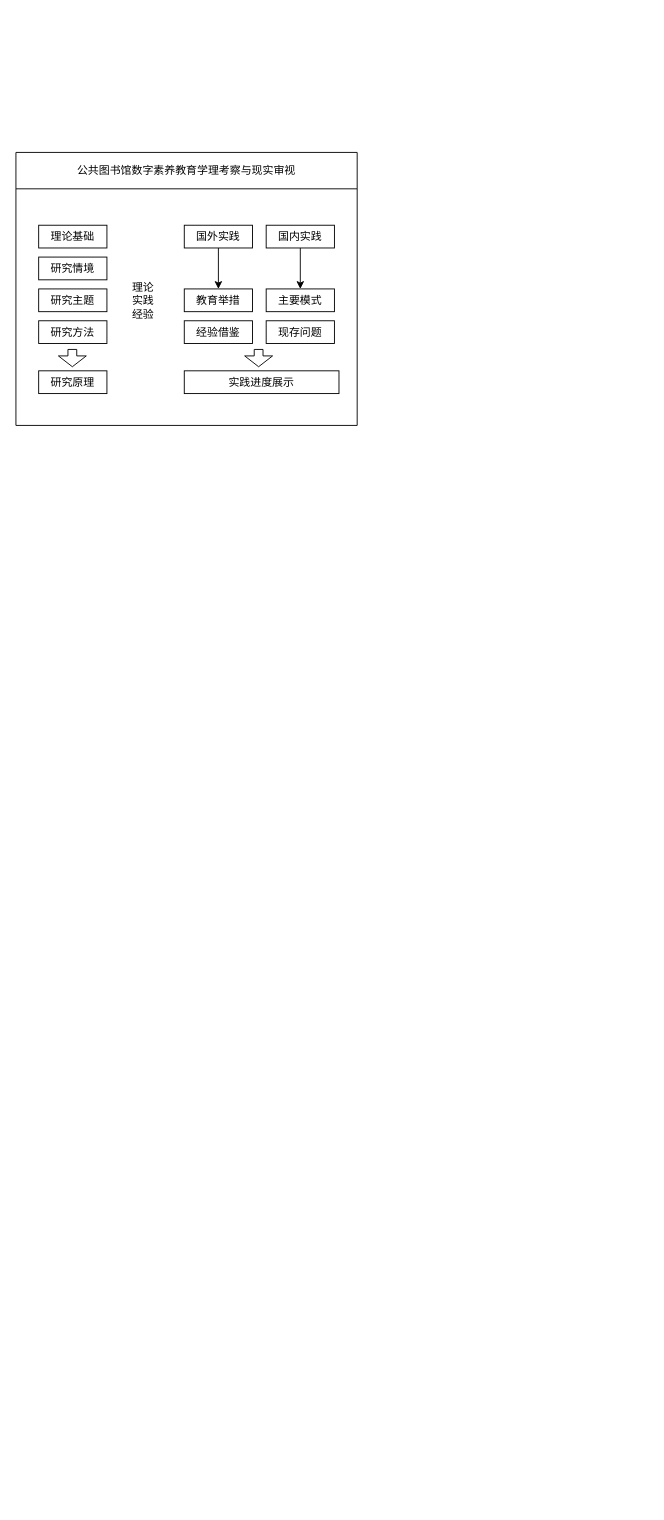
The draw.io diagram 未命名绘图.drawio in zbassmt/drawio, before the edit. Source tidied: cells renumbered, new cells numbered last; positions are measured from the earlier drawing's top-left corner, leaving out a move shared by most shapes. Both pictures are drawn from the tidied source at 91%, with x=0, y=0 at pixel (15, 152).
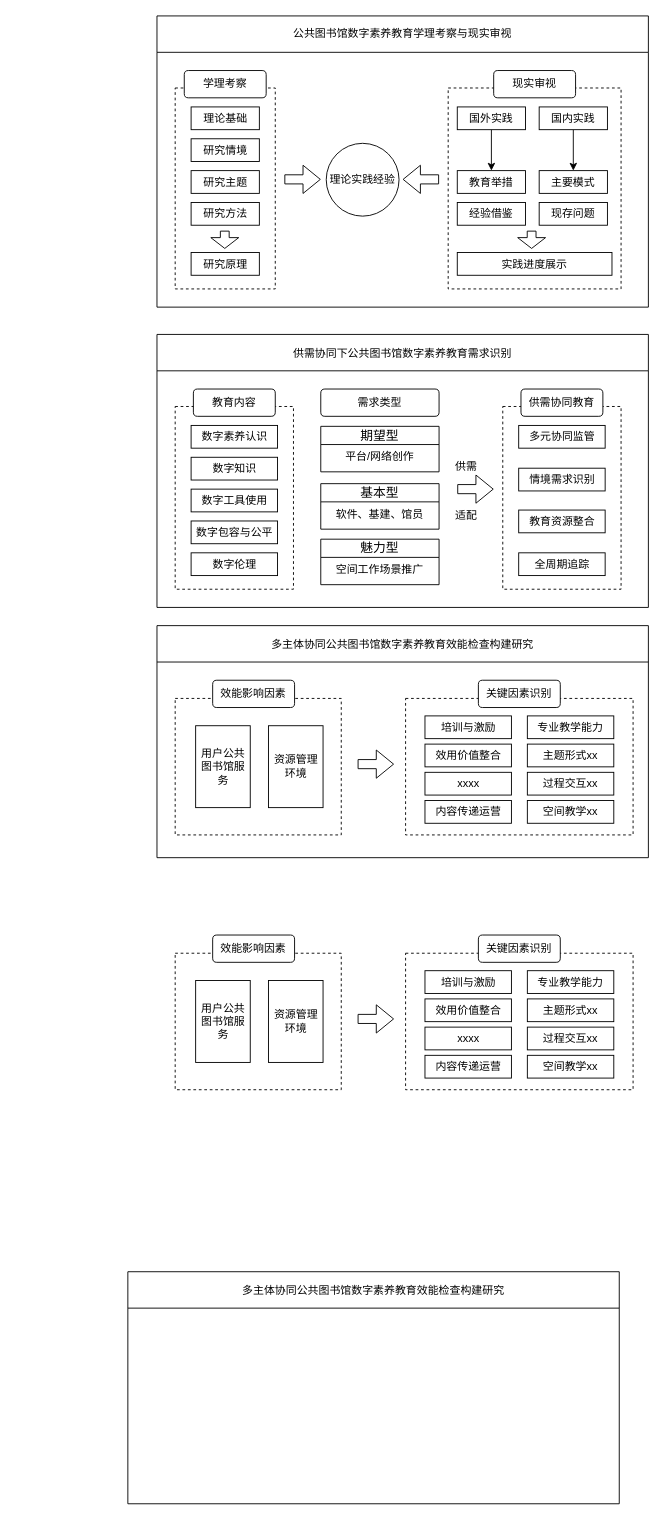
The same page after the edit.

Commit message (it also covers changes not shown here):
更新未命名绘图.drawio

The edit, as a diff of the source:
```diff
@@
+    <mxCell id="20" style="group;" parent="1" vertex="1">
+      <mxGeometry x="155" y="-150" width="540" height="320" as="geometry" />
+    </mxCell>
-    <mxCell id="2" value="公共图书馆数字素养教育学理考察与现实审视" style="swimlane;fontStyle=0;horizontal=1;startSize=40;whiteSpace=wrap;html=1;" parent="1" vertex="1">
-      <mxGeometry width="375" height="300" as="geometry" />
+    <mxCell id="2" value="公共图书馆数字素养教育学理考察与现实审视" style="swimlane;fontStyle=0;horizontal=1;startSize=40;whiteSpace=wrap;html=1;" parent="20" vertex="1">
+      <mxGeometry width="540" height="320" as="geometry" />
     </mxCell>
-    <mxCell id="3" value="研究情境" style="rounded=0;whiteSpace=wrap;html=1;" parent="1" vertex="1">
-      <mxGeometry x="25" y="115" width="75" height="25" as="geometry" />
-    </mxCell>
-    <mxCell id="4" value="研究主题" style="rounded=0;whiteSpace=wrap;html=1;" parent="1" vertex="1">
-      <mxGeometry x="25" y="150" width="75" height="25" as="geometry" />
-    </mxCell>
-    <mxCell id="5" value="研究方法" style="rounded=0;whiteSpace=wrap;html=1;" parent="1" vertex="1">
-      <mxGeometry x="25" y="185" width="75" height="25" as="geometry" />
-    </mxCell>
-    <mxCell id="6" value="研究原理" style="rounded=0;whiteSpace=wrap;html=1;" parent="1" vertex="1">
-      <mxGeometry x="25" y="240" width="75" height="25" as="geometry" />
-    </mxCell>
+    <mxCell id="21" style="group;" parent="20" vertex="1">
+      <mxGeometry x="310" y="60" width="210" height="240" as="geometry" />
+    </mxCell>
+    <mxCell id="22" style="group;" parent="21" vertex="1">
+      <mxGeometry width="210" height="240" as="geometry" />
+    </mxCell>
+    <mxCell id="23" style="group;" parent="22" vertex="1">
+      <mxGeometry x="10" width="190" height="240" as="geometry" />
+    </mxCell>
+    <mxCell id="24" style="rounded=0;whiteSpace=wrap;html=1;dashed=1;fillColor=none;" parent="23" vertex="1">
+      <mxGeometry y="19.2" width="190" height="220.8" as="geometry" />
+    </mxCell>
+    <mxCell id="25" value="现实审视" style="rounded=1;whiteSpace=wrap;html=1;" parent="23" vertex="1">
+      <mxGeometry x="50" width="90" height="30" as="geometry" />
+    </mxCell>
+    <mxCell id="26" style="group;" parent="21" vertex="1">
+      <mxGeometry x="20" y="40" width="170" height="185" as="geometry" />
+    </mxCell>
-    <mxCell id="7" style="edgeStyle=orthogonalEdgeStyle;rounded=0;jettySize=auto;html=1;entryX=0.5;entryY=0;entryDx=0;entryDy=0;" parent="1" edge="1" source="8" target="9">
+    <mxCell id="7" style="edgeStyle=orthogonalEdgeStyle;rounded=0;jettySize=auto;html=1;entryX=0.5;entryY=0;entryDx=0;entryDy=0;" parent="26" edge="1" source="8" target="9">
       <mxGeometry relative="1" as="geometry" />
     </mxCell>
-    <mxCell id="8" value="国外实践" style="rounded=0;whiteSpace=wrap;html=1;" parent="1" vertex="1">
-      <mxGeometry x="185" y="80" width="75" height="25" as="geometry" />
+    <mxCell id="8" value="国外实践" style="rounded=0;whiteSpace=wrap;html=1;" parent="26" vertex="1">
+      <mxGeometry width="75" height="25" as="geometry" />
     </mxCell>
-    <mxCell id="9" value="教育举措" style="rounded=0;whiteSpace=wrap;html=1;" parent="1" vertex="1">
-      <mxGeometry x="185" y="150" width="75" height="25" as="geometry" />
+    <mxCell id="9" value="教育举措" style="rounded=0;whiteSpace=wrap;html=1;" parent="26" vertex="1">
+      <mxGeometry y="70" width="75" height="25" as="geometry" />
     </mxCell>
-    <mxCell id="10" value="经验借鉴" style="rounded=0;whiteSpace=wrap;html=1;" parent="1" vertex="1">
-      <mxGeometry x="185" y="185" width="75" height="25" as="geometry" />
+    <mxCell id="10" value="经验借鉴" style="rounded=0;whiteSpace=wrap;html=1;" parent="26" vertex="1">
+      <mxGeometry y="105" width="75" height="25" as="geometry" />
     </mxCell>
-    <mxCell id="11" value="实践进度展示" style="rounded=0;whiteSpace=wrap;html=1;" parent="1" vertex="1">
-      <mxGeometry x="185" y="240" width="170" height="25" as="geometry" />
+    <mxCell id="11" value="实践进度展示" style="rounded=0;whiteSpace=wrap;html=1;" parent="26" vertex="1">
+      <mxGeometry y="160" width="170" height="25" as="geometry" />
     </mxCell>
-    <mxCell id="12" style="edgeStyle=orthogonalEdgeStyle;rounded=0;jettySize=auto;html=1;entryX=0.5;entryY=0;entryDx=0;entryDy=0;" parent="1" edge="1" source="13" target="14">
+    <mxCell id="12" style="edgeStyle=orthogonalEdgeStyle;rounded=0;jettySize=auto;html=1;entryX=0.5;entryY=0;entryDx=0;entryDy=0;" parent="26" edge="1" source="13" target="14">
       <mxGeometry relative="1" as="geometry" />
     </mxCell>
-    <mxCell id="13" value="国内实践" style="rounded=0;whiteSpace=wrap;html=1;" parent="1" vertex="1">
-      <mxGeometry x="275" y="80" width="75" height="25" as="geometry" />
+    <mxCell id="13" value="国内实践" style="rounded=0;whiteSpace=wrap;html=1;" parent="26" vertex="1">
+      <mxGeometry x="90" width="75" height="25" as="geometry" />
     </mxCell>
-    <mxCell id="14" value="主要模式" style="rounded=0;whiteSpace=wrap;html=1;" parent="1" vertex="1">
-      <mxGeometry x="275" y="150" width="75" height="25" as="geometry" />
+    <mxCell id="14" value="主要模式" style="rounded=0;whiteSpace=wrap;html=1;" parent="26" vertex="1">
+      <mxGeometry x="90" y="70" width="75" height="25" as="geometry" />
     </mxCell>
-    <mxCell id="15" value="现存问题" style="rounded=0;whiteSpace=wrap;html=1;" parent="1" vertex="1">
-      <mxGeometry x="275" y="185" width="75" height="25" as="geometry" />
+    <mxCell id="15" value="现存问题" style="rounded=0;whiteSpace=wrap;html=1;" parent="26" vertex="1">
+      <mxGeometry x="90" y="105" width="75" height="25" as="geometry" />
     </mxCell>
-    <mxCell id="16" value="理论&lt;br&gt;实践&lt;br&gt;经验" style="text;html=1;whiteSpace=wrap;strokeColor=none;fillColor=none;align=center;verticalAlign=middle;rounded=0;" parent="1" vertex="1">
-      <mxGeometry x="110" y="127.5" width="60" height="70" as="geometry" />
-    </mxCell>
+    <mxCell id="19" style="shape=flexArrow;endArrow=classic;html=1;rounded=0;width=9.666666666666666;endSize=3.6300000000000003;" parent="26" edge="1">
+      <mxGeometry relative="1" as="geometry">
+        <mxPoint x="81.7" y="136" as="sourcePoint" />
+        <mxPoint x="81.7" y="156" as="targetPoint" />
+      </mxGeometry>
+    </mxCell>
+    <mxCell id="27" style="group;" parent="20" vertex="1">
+      <mxGeometry x="20" y="60" width="110" height="240" as="geometry" />
+    </mxCell>
+    <mxCell id="28" style="group;" parent="27" vertex="1">
+      <mxGeometry width="110" height="240" as="geometry" />
+    </mxCell>
+    <mxCell id="29" style="rounded=0;whiteSpace=wrap;html=1;dashed=1;fillColor=none;" parent="28" vertex="1">
+      <mxGeometry y="19.2" width="110" height="220.8" as="geometry" />
+    </mxCell>
+    <mxCell id="30" value="学理考察" style="rounded=1;whiteSpace=wrap;html=1;" parent="28" vertex="1">
+      <mxGeometry x="10" width="90" height="30" as="geometry" />
+    </mxCell>
+    <mxCell id="31" style="group;" parent="27" vertex="1">
+      <mxGeometry x="17.5" y="40" width="75" height="185" as="geometry" />
+    </mxCell>
+    <mxCell id="3" value="研究情境" style="rounded=0;whiteSpace=wrap;html=1;" parent="31" vertex="1">
+      <mxGeometry y="35" width="75" height="25" as="geometry" />
+    </mxCell>
+    <mxCell id="4" value="研究主题" style="rounded=0;whiteSpace=wrap;html=1;" parent="31" vertex="1">
+      <mxGeometry y="70" width="75" height="25" as="geometry" />
+    </mxCell>
+    <mxCell id="5" value="研究方法" style="rounded=0;whiteSpace=wrap;html=1;" parent="31" vertex="1">
+      <mxGeometry y="105" width="75" height="25" as="geometry" />
+    </mxCell>
+    <mxCell id="6" value="研究原理" style="rounded=0;whiteSpace=wrap;html=1;" parent="31" vertex="1">
+      <mxGeometry y="160" width="75" height="25" as="geometry" />
+    </mxCell>
-    <mxCell id="17" value="理论基础" style="rounded=0;whiteSpace=wrap;html=1;" parent="1" vertex="1">
-      <mxGeometry x="25" y="80" width="75" height="25" as="geometry" />
+    <mxCell id="17" value="理论基础" style="rounded=0;whiteSpace=wrap;html=1;" parent="31" vertex="1">
+      <mxGeometry width="75" height="25" as="geometry" />
     </mxCell>
-    <mxCell id="18" style="shape=flexArrow;endArrow=classic;html=1;rounded=0;width=9.666666666666666;endSize=3.6300000000000003;" parent="1" edge="1">
+    <mxCell id="18" style="shape=flexArrow;endArrow=classic;html=1;rounded=0;width=9.666666666666666;endSize=3.6300000000000003;" parent="31" edge="1">
       <mxGeometry relative="1" as="geometry">
-        <mxPoint x="62" y="216" as="sourcePoint" />
-        <mxPoint x="62" y="236" as="targetPoint" />
+        <mxPoint x="37" y="136" as="sourcePoint" />
+        <mxPoint x="37" y="156" as="targetPoint" />
       </mxGeometry>
     </mxCell>
-    <mxCell id="19" style="shape=flexArrow;endArrow=classic;html=1;rounded=0;width=9.666666666666666;endSize=3.6300000000000003;" parent="1" edge="1">
-      <mxGeometry relative="1" as="geometry">
-        <mxPoint x="266.7" y="216" as="sourcePoint" />
-        <mxPoint x="266.7" y="236" as="targetPoint" />
-      </mxGeometry>
-    </mxCell>
+    <mxCell id="32" value="理论实践经验" style="ellipse;whiteSpace=wrap;html=1;" parent="20" vertex="1">
+      <mxGeometry x="186" y="140" width="80" height="80" as="geometry" />
+    </mxCell>
+    <mxCell id="33" style="shape=flexArrow;endArrow=classic;html=1;rounded=0;" parent="20" edge="1">
+      <mxGeometry relative="1" as="geometry">
+        <mxPoint x="140" y="179.6" as="sourcePoint" />
+        <mxPoint x="180" y="179.6" as="targetPoint" />
+      </mxGeometry>
+    </mxCell>
+    <mxCell id="34" style="shape=flexArrow;endArrow=classic;html=1;rounded=0;" parent="20" edge="1">
+      <mxGeometry relative="1" as="geometry">
+        <mxPoint x="310" y="179.6" as="sourcePoint" />
+        <mxPoint x="270" y="179.6" as="targetPoint" />
+      </mxGeometry>
+    </mxCell>
+    <mxCell id="35" style="group;" parent="1" vertex="1">
+      <mxGeometry x="155" y="200" width="540" height="300" as="geometry" />
+    </mxCell>
+    <mxCell id="36" value="供需协同下公共图书馆数字素养教育需求识别" style="swimlane;fontStyle=0;horizontal=1;startSize=40;swimlaneFillColor=none;" parent="35" vertex="1">
+      <mxGeometry width="540" height="300" as="geometry" />
+    </mxCell>
+    <mxCell id="37" style="group;flipH=1;legacyAnchorPoints=0;" parent="35" vertex="1">
+      <mxGeometry x="180" y="225" width="130" height="50" as="geometry" />
+    </mxCell>
+    <mxCell id="38" value="魅力型" style="swimlane;horizontal=1;startSize=20;rounded=0;fontSize=14;fontStyle=0;strokeWidth=1;shadow=0;align=center;arcSize=4;whiteSpace=wrap;html=1;" parent="37" vertex="1">
+      <mxGeometry width="130" height="50" as="geometry" />
+    </mxCell>
+    <mxCell id="39" value="空间工作场景推广" style="align=center;strokeColor=none;fillColor=none;spacingLeft=4;spacingRight=4;fontSize=12;verticalAlign=top;html=1;whiteSpace=wrap;" parent="37" vertex="1">
+      <mxGeometry y="20" width="130" height="30" as="geometry" />
+    </mxCell>
+    <mxCell id="40" style="group;flipH=1;legacyAnchorPoints=0;" parent="35" vertex="1">
+      <mxGeometry x="180" y="101" width="130" height="50" as="geometry" />
+    </mxCell>
+    <mxCell id="41" value="期望型" style="swimlane;horizontal=1;startSize=20;rounded=0;fontSize=14;fontStyle=0;strokeWidth=1;shadow=0;align=center;arcSize=4;whiteSpace=wrap;html=1;" parent="40" vertex="1">
+      <mxGeometry width="130" height="50" as="geometry" />
+    </mxCell>
+    <mxCell id="42" value="平台/网络创作" style="align=center;strokeColor=none;fillColor=none;spacingLeft=4;spacingRight=4;fontSize=12;verticalAlign=top;html=1;whiteSpace=wrap;" parent="40" vertex="1">
+      <mxGeometry y="20" width="130" height="30" as="geometry" />
+    </mxCell>
+    <mxCell id="43" style="group;flipH=1;legacyAnchorPoints=0;" parent="35" vertex="1">
+      <mxGeometry x="180" y="164" width="130" height="50" as="geometry" />
+    </mxCell>
+    <mxCell id="44" value="基本型" style="swimlane;horizontal=1;startSize=20;rounded=0;fontSize=14;fontStyle=0;strokeWidth=1;shadow=0;align=center;arcSize=4;whiteSpace=wrap;html=1;" parent="43" vertex="1">
+      <mxGeometry width="130" height="50" as="geometry" />
+    </mxCell>
+    <mxCell id="45" value="软件、基建、馆员" style="align=center;strokeColor=none;fillColor=none;spacingLeft=4;spacingRight=4;fontSize=12;verticalAlign=top;html=1;whiteSpace=wrap;" parent="43" vertex="1">
+      <mxGeometry y="20" width="130" height="30" as="geometry" />
+    </mxCell>
+    <mxCell id="46" value="需求类型" style="rounded=1;whiteSpace=wrap;html=1;" parent="35" vertex="1">
+      <mxGeometry x="180" y="60" width="130" height="30" as="geometry" />
+    </mxCell>
+    <mxCell id="47" value="数字知识" style="rounded=0;whiteSpace=wrap;html=1;" parent="35" vertex="1">
+      <mxGeometry x="37.5" y="135" width="95" height="25" as="geometry" />
+    </mxCell>
+    <mxCell id="48" value="数字工具使用" style="rounded=0;whiteSpace=wrap;html=1;" parent="35" vertex="1">
+      <mxGeometry x="37.5" y="170" width="95" height="25" as="geometry" />
+    </mxCell>
+    <mxCell id="49" value="数字包容与公平" style="rounded=0;whiteSpace=wrap;html=1;" parent="35" vertex="1">
+      <mxGeometry x="37.5" y="205" width="95" height="25" as="geometry" />
+    </mxCell>
+    <mxCell id="50" value="数字素养认识" style="rounded=0;whiteSpace=wrap;html=1;" parent="35" vertex="1">
+      <mxGeometry x="37.5" y="100" width="95" height="25" as="geometry" />
+    </mxCell>
+    <mxCell id="51" style="group;" parent="35" vertex="1">
+      <mxGeometry x="20" y="60" width="130" height="220" as="geometry" />
+    </mxCell>
+    <mxCell id="52" style="rounded=0;whiteSpace=wrap;html=1;dashed=1;fillColor=none;" parent="51" vertex="1">
+      <mxGeometry y="19.2" width="130" height="200.8" as="geometry" />
+    </mxCell>
+    <mxCell id="53" value="教育内容" style="rounded=1;whiteSpace=wrap;html=1;" parent="51" vertex="1">
+      <mxGeometry x="20" width="90" height="30" as="geometry" />
+    </mxCell>
+    <mxCell id="54" value="数字伦理" style="rounded=0;whiteSpace=wrap;html=1;" parent="51" vertex="1">
+      <mxGeometry x="17.5" y="180" width="95" height="25" as="geometry" />
+    </mxCell>
+    <mxCell id="55" style="group;" parent="35" vertex="1">
+      <mxGeometry x="380" y="60" width="130" height="220" as="geometry" />
+    </mxCell>
+    <mxCell id="56" style="rounded=0;whiteSpace=wrap;html=1;dashed=1;fillColor=none;" parent="55" vertex="1">
+      <mxGeometry y="19.2" width="130" height="200.8" as="geometry" />
+    </mxCell>
+    <mxCell id="57" value="情境需求识别" style="rounded=0;whiteSpace=wrap;html=1;" parent="55" vertex="1">
+      <mxGeometry x="17.5" y="87" width="95" height="25" as="geometry" />
+    </mxCell>
+    <mxCell id="58" value="教育资源整合" style="rounded=0;whiteSpace=wrap;html=1;" parent="55" vertex="1">
+      <mxGeometry x="17.5" y="133" width="95" height="25" as="geometry" />
+    </mxCell>
+    <mxCell id="59" value="多元协同监管" style="rounded=0;whiteSpace=wrap;html=1;" parent="55" vertex="1">
+      <mxGeometry x="17.5" y="40" width="95" height="25" as="geometry" />
+    </mxCell>
+    <mxCell id="60" value="供需协同教育" style="rounded=1;whiteSpace=wrap;html=1;" parent="55" vertex="1">
+      <mxGeometry x="20" width="90" height="30" as="geometry" />
+    </mxCell>
+    <mxCell id="61" value="全周期追踪" style="rounded=0;whiteSpace=wrap;html=1;" parent="55" vertex="1">
+      <mxGeometry x="17.5" y="180" width="95" height="25" as="geometry" />
+    </mxCell>
+    <mxCell id="62" style="shape=flexArrow;endArrow=classic;html=1;rounded=0;" parent="35" edge="1">
+      <mxGeometry relative="1" as="geometry">
+        <mxPoint x="330" y="170" as="sourcePoint" />
+        <mxPoint x="370" y="170" as="targetPoint" />
+      </mxGeometry>
+    </mxCell>
+    <mxCell id="63" value="供需" style="text;html=1;whiteSpace=wrap;strokeColor=none;fillColor=none;align=center;verticalAlign=middle;rounded=0;" parent="35" vertex="1">
+      <mxGeometry x="310" y="130" width="60" height="30" as="geometry" />
+    </mxCell>
+    <mxCell id="64" value="适配" style="text;html=1;whiteSpace=wrap;strokeColor=none;fillColor=none;align=center;verticalAlign=middle;rounded=0;" parent="35" vertex="1">
+      <mxGeometry x="310" y="184" width="60" height="30" as="geometry" />
+    </mxCell>
+    <mxCell id="65" style="group;" parent="1" vertex="1">
+      <mxGeometry x="155" y="520" width="540" height="255" as="geometry" />
+    </mxCell>
+    <mxCell id="66" style="group;" parent="65" vertex="1">
+      <mxGeometry x="273.2" y="60" width="250" height="170" as="geometry" />
+    </mxCell>
+    <mxCell id="67" style="rounded=0;whiteSpace=wrap;html=1;dashed=1;fillColor=none;" parent="66" vertex="1">
+      <mxGeometry y="20" width="250" height="150" as="geometry" />
+    </mxCell>
+    <mxCell id="68" value="关键因素识别" style="rounded=1;whiteSpace=wrap;html=1;" parent="66" vertex="1">
+      <mxGeometry x="80" width="90" height="30" as="geometry" />
+    </mxCell>
+    <mxCell id="69" style="rounded=0;whiteSpace=wrap;html=1;dashed=1;fillColor=none;" parent="65" vertex="1">
+      <mxGeometry x="20" y="80" width="182.5" height="150" as="geometry" />
+    </mxCell>
+    <mxCell id="70" value="多主体协同公共图书馆数字素养教育效能检查构建研究" style="swimlane;fontStyle=0;horizontal=1;startSize=40;swimlaneFillColor=none;" parent="65" vertex="1">
+      <mxGeometry width="540" height="255" as="geometry" />
+    </mxCell>
+    <mxCell id="71" value="用户公共图书馆服务" style="rounded=0;whiteSpace=wrap;html=1;" parent="65" vertex="1">
+      <mxGeometry x="42.5" y="110" width="60" height="90" as="geometry" />
+    </mxCell>
+    <mxCell id="72" style="shape=flexArrow;endArrow=classic;html=1;rounded=0;" parent="65" edge="1">
+      <mxGeometry relative="1" as="geometry">
+        <mxPoint x="220.5" y="152.2" as="sourcePoint" />
+        <mxPoint x="260.5" y="152.2" as="targetPoint" />
+      </mxGeometry>
+    </mxCell>
+    <mxCell id="73" value="效能影响因素" style="rounded=1;whiteSpace=wrap;html=1;" parent="65" vertex="1">
+      <mxGeometry x="61.2" y="60" width="90" height="30" as="geometry" />
+    </mxCell>
+    <mxCell id="74" value="资源管理环境" style="rounded=0;whiteSpace=wrap;html=1;" parent="65" vertex="1">
+      <mxGeometry x="122.5" y="110" width="60" height="90" as="geometry" />
+    </mxCell>
+    <mxCell id="75" style="group;" parent="65" vertex="1">
+      <mxGeometry x="294.5" y="99.2" width="207.5" height="118" as="geometry" />
+    </mxCell>
+    <mxCell id="76" value="效用价值整合" style="rounded=0;whiteSpace=wrap;html=1;" parent="75" vertex="1">
+      <mxGeometry y="31" width="95" height="25" as="geometry" />
+    </mxCell>
+    <mxCell id="77" value="内容传递运营" style="rounded=0;whiteSpace=wrap;html=1;" parent="75" vertex="1">
+      <mxGeometry y="93" width="95" height="25" as="geometry" />
+    </mxCell>
+    <mxCell id="78" value="培训与激励" style="rounded=0;whiteSpace=wrap;html=1;" parent="75" vertex="1">
+      <mxGeometry width="95" height="25" as="geometry" />
+    </mxCell>
+    <mxCell id="79" value="xxxx" style="rounded=0;whiteSpace=wrap;html=1;" parent="75" vertex="1">
+      <mxGeometry y="62" width="95" height="25" as="geometry" />
+    </mxCell>
+    <mxCell id="80" value="主题形式xx" style="rounded=0;whiteSpace=wrap;html=1;" parent="75" vertex="1">
+      <mxGeometry x="112.5" y="31" width="95" height="25" as="geometry" />
+    </mxCell>
+    <mxCell id="81" value="空间教学xx" style="rounded=0;whiteSpace=wrap;html=1;" parent="75" vertex="1">
+      <mxGeometry x="112.5" y="93" width="95" height="25" as="geometry" />
+    </mxCell>
+    <mxCell id="82" value="专业教学能力" style="rounded=0;whiteSpace=wrap;html=1;" parent="75" vertex="1">
+      <mxGeometry x="112.5" width="95" height="25" as="geometry" />
+    </mxCell>
+    <mxCell id="83" value="过程交互xx" style="rounded=0;whiteSpace=wrap;html=1;" parent="75" vertex="1">
+      <mxGeometry x="112.5" y="62" width="95" height="25" as="geometry" />
+    </mxCell>
+    <mxCell id="84" style="group;" parent="1" vertex="1">
+      <mxGeometry x="428.2" y="860" width="250" height="170" as="geometry" />
+    </mxCell>
+    <mxCell id="85" style="rounded=0;whiteSpace=wrap;html=1;dashed=1;fillColor=none;" parent="84" vertex="1">
+      <mxGeometry y="20" width="250" height="150" as="geometry" />
+    </mxCell>
+    <mxCell id="86" value="关键因素识别" style="rounded=1;whiteSpace=wrap;html=1;" parent="84" vertex="1">
+      <mxGeometry x="80" width="90" height="30" as="geometry" />
+    </mxCell>
+    <mxCell id="87" style="rounded=0;whiteSpace=wrap;html=1;dashed=1;fillColor=none;" parent="1" vertex="1">
+      <mxGeometry x="175" y="880" width="182.5" height="150" as="geometry" />
+    </mxCell>
+    <mxCell id="88" value="多主体协同公共图书馆数字素养教育效能检查构建研究" style="swimlane;fontStyle=0;horizontal=1;startSize=40;swimlaneFillColor=none;" parent="1" vertex="1">
+      <mxGeometry x="123" y="1230" width="540" height="255" as="geometry" />
+    </mxCell>
+    <mxCell id="89" value="用户公共图书馆服务" style="rounded=0;whiteSpace=wrap;html=1;" parent="1" vertex="1">
+      <mxGeometry x="197.5" y="910" width="60" height="90" as="geometry" />
+    </mxCell>
+    <mxCell id="90" style="shape=flexArrow;endArrow=classic;html=1;rounded=0;" parent="1" edge="1">
+      <mxGeometry relative="1" as="geometry">
+        <mxPoint x="375.5" y="952.2" as="sourcePoint" />
+        <mxPoint x="415.5" y="952.2" as="targetPoint" />
+      </mxGeometry>
+    </mxCell>
+    <mxCell id="91" value="效能影响因素" style="rounded=1;whiteSpace=wrap;html=1;" parent="1" vertex="1">
+      <mxGeometry x="216.2" y="860" width="90" height="30" as="geometry" />
+    </mxCell>
+    <mxCell id="92" value="资源管理环境" style="rounded=0;whiteSpace=wrap;html=1;" parent="1" vertex="1">
+      <mxGeometry x="277.5" y="910" width="60" height="90" as="geometry" />
+    </mxCell>
+    <mxCell id="93" style="group;" parent="1" vertex="1">
+      <mxGeometry x="449.5" y="899.2" width="207.5" height="118" as="geometry" />
+    </mxCell>
+    <mxCell id="94" value="效用价值整合" style="rounded=0;whiteSpace=wrap;html=1;" parent="93" vertex="1">
+      <mxGeometry y="31" width="95" height="25" as="geometry" />
+    </mxCell>
+    <mxCell id="95" value="内容传递运营" style="rounded=0;whiteSpace=wrap;html=1;" parent="93" vertex="1">
+      <mxGeometry y="93" width="95" height="25" as="geometry" />
+    </mxCell>
+    <mxCell id="96" value="培训与激励" style="rounded=0;whiteSpace=wrap;html=1;" parent="93" vertex="1">
+      <mxGeometry width="95" height="25" as="geometry" />
+    </mxCell>
+    <mxCell id="97" value="xxxx" style="rounded=0;whiteSpace=wrap;html=1;" parent="93" vertex="1">
+      <mxGeometry y="62" width="95" height="25" as="geometry" />
+    </mxCell>
+    <mxCell id="98" value="主题形式xx" style="rounded=0;whiteSpace=wrap;html=1;" parent="93" vertex="1">
+      <mxGeometry x="112.5" y="31" width="95" height="25" as="geometry" />
+    </mxCell>
+    <mxCell id="99" value="空间教学xx" style="rounded=0;whiteSpace=wrap;html=1;" parent="93" vertex="1">
+      <mxGeometry x="112.5" y="93" width="95" height="25" as="geometry" />
+    </mxCell>
+    <mxCell id="100" value="专业教学能力" style="rounded=0;whiteSpace=wrap;html=1;" parent="93" vertex="1">
+      <mxGeometry x="112.5" width="95" height="25" as="geometry" />
+    </mxCell>
+    <mxCell id="101" value="过程交互xx" style="rounded=0;whiteSpace=wrap;html=1;" parent="93" vertex="1">
+      <mxGeometry x="112.5" y="62" width="95" height="25" as="geometry" />
+    </mxCell>
```
